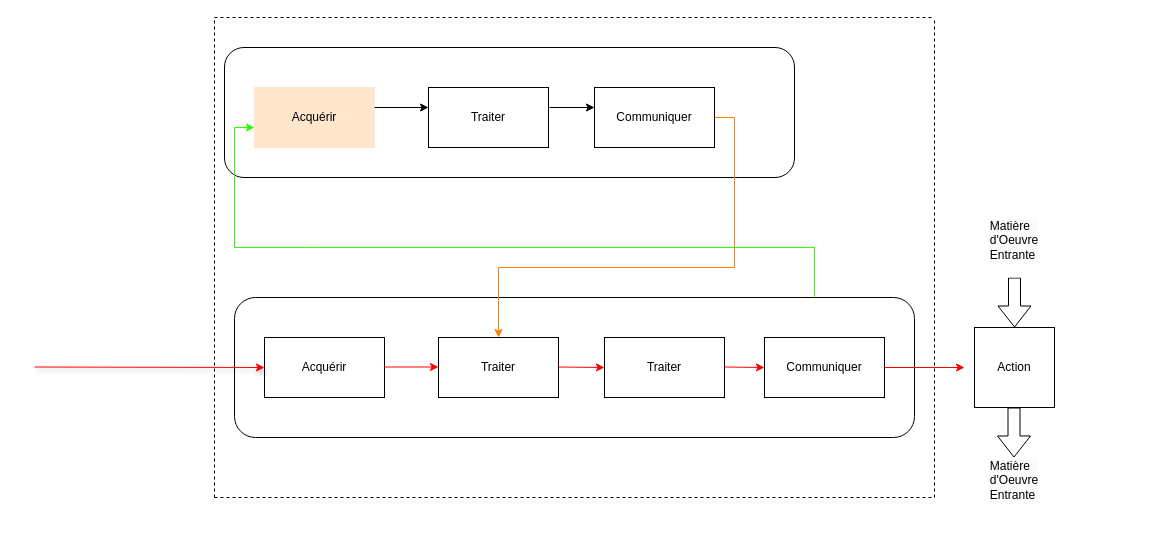
admsnd/Classeur_SI- keeps this draw.io diagram as AF/Diagramme sans nom.drawio. Above is the earlier version. Source tidied: cells renumbered, new cells numbered last; positions are measured from the earlier drawing's top-left corner, leaving out a move shared by most shapes. Both pictures are drawn from the tidied source at 100%, with x=0, y=0 at pixel (34, 17).
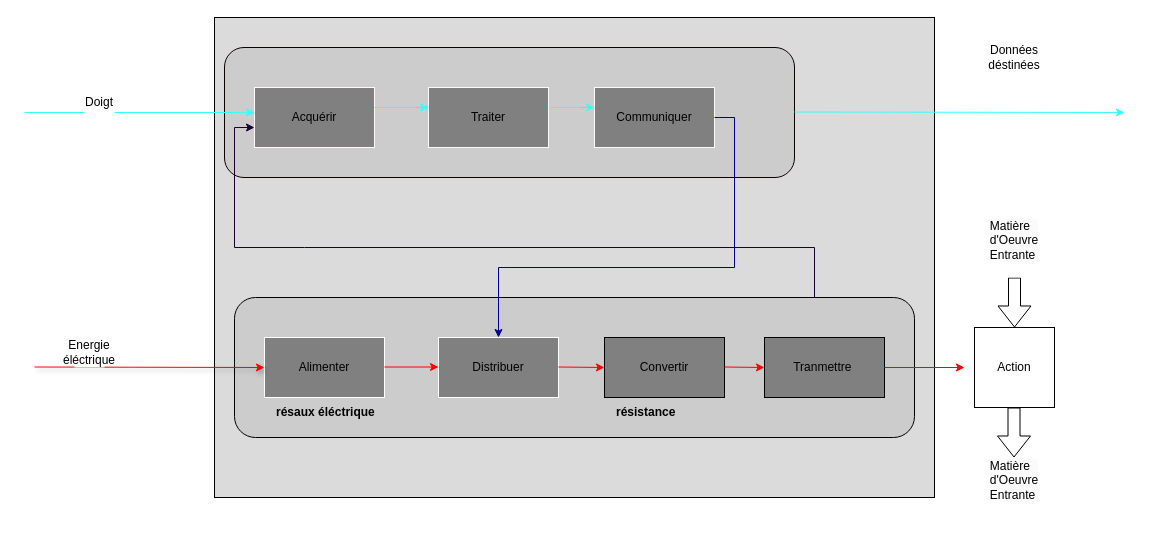
Above is the later version.

Commit message (it also covers changes not shown here):
Mettre à jour Diagramme sans nom.drawio

Diff of the diagram source:
```diff
@@
-    <mxCell id="2" style="endArrow=none;dashed=1;html=1;rounded=0;" parent="1" edge="1">
-      <mxGeometry relative="1" as="geometry">
-        <mxPoint x="900" y="480" as="sourcePoint" />
-        <mxPoint x="900" as="targetPoint" />
-      </mxGeometry>
-    </mxCell>
-    <mxCell id="3" style="endArrow=none;dashed=1;html=1;rounded=0;" parent="1" edge="1">
-      <mxGeometry relative="1" as="geometry">
-        <mxPoint x="180" y="480" as="sourcePoint" />
-        <mxPoint x="180" as="targetPoint" />
-      </mxGeometry>
-    </mxCell>
-    <mxCell id="4" style="endArrow=none;dashed=1;html=1;rounded=0;" parent="1" edge="1">
-      <mxGeometry relative="1" as="geometry">
-        <mxPoint x="180" as="sourcePoint" />
-        <mxPoint x="900" as="targetPoint" />
-      </mxGeometry>
-    </mxCell>
-    <mxCell id="5" style="endArrow=none;dashed=1;html=1;rounded=0;" parent="1" edge="1">
-      <mxGeometry relative="1" as="geometry">
-        <mxPoint x="180" y="480" as="sourcePoint" />
-        <mxPoint x="900" y="480" as="targetPoint" />
-      </mxGeometry>
-    </mxCell>
+    <mxCell id="30" style="rounded=0;whiteSpace=wrap;html=1;fillColor=#DBDBDB;" parent="1" vertex="1">
+      <mxGeometry x="180" width="720" height="480" as="geometry" />
+    </mxCell>
-    <mxCell id="6" style="rounded=1;whiteSpace=wrap;html=1;" parent="1" vertex="1">
+    <mxCell id="6" style="rounded=1;whiteSpace=wrap;html=1;strokeColor=#0D0200;fillColor=#CCCCCC;" parent="1" vertex="1">
       <mxGeometry x="190" y="30" width="570" height="130" as="geometry" />
     </mxCell>
-    <mxCell id="7" style="rounded=1;whiteSpace=wrap;html=1;" parent="1" vertex="1">
+    <mxCell id="7" style="rounded=1;whiteSpace=wrap;html=1;fillColor=#CCCCCC;" parent="1" vertex="1">
       <mxGeometry x="200" y="280" width="680" height="140" as="geometry" />
     </mxCell>
-    <mxCell id="8" value="Acquérir" style="rounded=0;whiteSpace=wrap;html=1;strokeColor=#FFE6CC;fillColor=#FFE6CC;" parent="1" vertex="1">
+    <mxCell id="8" value="Acquérir" style="rounded=0;whiteSpace=wrap;html=1;strokeColor=#FFFAF7;fillColor=#808080;" parent="1" vertex="1">
       <mxGeometry x="220" y="70" width="120" height="60" as="geometry" />
     </mxCell>
-    <mxCell id="9" value="Traiter" style="rounded=0;whiteSpace=wrap;html=1;" parent="1" vertex="1">
+    <mxCell id="9" value="Traiter" style="rounded=0;whiteSpace=wrap;html=1;strokeColor=#FAFAFA;fillColor=#808080;" parent="1" vertex="1">
       <mxGeometry x="394" y="70" width="120" height="60" as="geometry" />
     </mxCell>
-    <mxCell id="10" value="Communiquer" style="rounded=0;whiteSpace=wrap;html=1;" parent="1" vertex="1">
+    <mxCell id="10" value="Communiquer" style="rounded=0;whiteSpace=wrap;html=1;fillColor=#808080;strokeColor=#FAFAFA;" parent="1" vertex="1">
       <mxGeometry x="560" y="70" width="120" height="60" as="geometry" />
     </mxCell>
-    <mxCell id="11" style="endArrow=classic;html=1;rounded=0;entryX=0;entryY=0.5;entryDx=0;entryDy=0;" parent="1" edge="1">
+    <mxCell id="11" style="endArrow=classic;html=1;rounded=0;entryX=0;entryY=0.5;entryDx=0;entryDy=0;strokeColor=#33FFFF;" parent="1" edge="1">
       <mxGeometry relative="1" as="geometry">
         <mxPoint x="340" y="90" as="sourcePoint" />
         <mxPoint x="394" y="90" as="targetPoint" />
       </mxGeometry>
     </mxCell>
-    <mxCell id="12" style="endArrow=classic;html=1;rounded=0;entryX=0;entryY=0.5;entryDx=0;entryDy=0;" parent="1" edge="1">
+    <mxCell id="12" style="endArrow=classic;html=1;rounded=0;entryX=0;entryY=0.5;entryDx=0;entryDy=0;strokeColor=#33FFFF;" parent="1" edge="1">
       <mxGeometry relative="1" as="geometry">
         <mxPoint x="515" y="90" as="sourcePoint" />
         <mxPoint x="560" y="90" as="targetPoint" />
       </mxGeometry>
     </mxCell>
-    <mxCell id="13" value="Acquérir" style="rounded=0;whiteSpace=wrap;html=1;" parent="1" vertex="1">
+    <mxCell id="13" value="Alimenter" style="rounded=0;whiteSpace=wrap;html=1;fillColor=#808080;strokeColor=#FFFFFF;" parent="1" vertex="1">
       <mxGeometry x="230" y="320" width="120" height="60" as="geometry" />
     </mxCell>
-    <mxCell id="14" value="Traiter" style="rounded=0;whiteSpace=wrap;html=1;" parent="1" vertex="1">
+    <mxCell id="14" value="Distribuer" style="rounded=0;whiteSpace=wrap;html=1;fillColor=#808080;strokeColor=#FFFFFF;" parent="1" vertex="1">
       <mxGeometry x="404" y="320" width="120" height="60" as="geometry" />
     </mxCell>
-    <mxCell id="15" value="Traiter" style="rounded=0;whiteSpace=wrap;html=1;" parent="1" vertex="1">
+    <mxCell id="15" value="Convertir" style="rounded=0;whiteSpace=wrap;html=1;fillColor=#808080;" parent="1" vertex="1">
       <mxGeometry x="570" y="320" width="120" height="60" as="geometry" />
     </mxCell>
-    <mxCell id="16" value="Communiquer" style="rounded=0;whiteSpace=wrap;html=1;" parent="1" vertex="1">
+    <mxCell id="16" value="Tranmettre&amp;nbsp;" style="rounded=0;whiteSpace=wrap;html=1;fillColor=#808080;" parent="1" vertex="1">
       <mxGeometry x="730" y="320" width="120" height="60" as="geometry" />
     </mxCell>
@@
-    <mxCell id="28" style="endArrow=classic;html=1;rounded=0;strokeColor=#2BFF00;" parent="1" edge="1">
+    <mxCell id="28" style="endArrow=classic;html=1;rounded=0;strokeColor=#190033;" parent="1" edge="1">
       <mxGeometry relative="1" as="geometry">
         <mxPoint x="780" y="280" as="sourcePoint" />
         <mxPoint x="220" y="110" as="targetPoint" />
         <Array as="points">
           <mxPoint x="780" y="230" />
           <mxPoint x="270" y="230" />
           <mxPoint x="200" y="230" />
           <mxPoint x="200" y="110" />
         </Array>
       </mxGeometry>
     </mxCell>
-    <mxCell id="29" style="endArrow=classic;html=1;rounded=0;entryX=0.5;entryY=0;entryDx=0;entryDy=0;strokeColor=#FF8000;" parent="1" edge="1" target="14">
+    <mxCell id="29" style="endArrow=classic;html=1;rounded=0;entryX=0.5;entryY=0;entryDx=0;entryDy=0;strokeColor=#000099;fillColor=#000066;" parent="1" edge="1" target="14">
       <mxGeometry relative="1" as="geometry">
         <mxPoint x="680" y="100" as="sourcePoint" />
         <Array as="points">
           <mxPoint x="700" y="100" />
           <mxPoint x="700" y="250" />
           <mxPoint x="464" y="250" />
         </Array>
       </mxGeometry>
     </mxCell>
+    <mxCell id="31" style="endArrow=classic;html=1;rounded=0;strokeColor=#33FFFF;" parent="1" edge="1">
+      <mxGeometry relative="1" as="geometry">
+        <mxPoint x="760" y="94.5" as="sourcePoint" />
+        <mxPoint x="1090" y="95" as="targetPoint" />
+      </mxGeometry>
+    </mxCell>
+    <mxCell id="32" value="Données déstinées" style="whiteSpace=wrap;html=1;strokeColor=none;" parent="1" vertex="1">
+      <mxGeometry x="950" y="10" width="60" height="60" as="geometry" />
+    </mxCell>
+    <mxCell id="33" value="Energie éléctrique" style="whiteSpace=wrap;html=1;strokeColor=none;" parent="1" vertex="1">
+      <mxGeometry x="40" y="320" width="30" height="30" as="geometry" />
+    </mxCell>
+    <mxCell id="34" style="endArrow=classic;html=1;rounded=0;strokeColor=#33FFFF;" parent="1" edge="1">
+      <mxGeometry relative="1" as="geometry">
+        <mxPoint x="-10" y="95" as="sourcePoint" />
+        <mxPoint x="220" y="95" as="targetPoint" />
+      </mxGeometry>
+    </mxCell>
+    <mxCell id="35" value="Doigt" style="whiteSpace=wrap;html=1;strokeColor=none;" parent="1" vertex="1">
+      <mxGeometry x="50" y="70" width="30" height="30" as="geometry" />
+    </mxCell>
+    <mxCell id="36" value="&lt;h1 style=&quot;margin-top: 0px;&quot;&gt;&lt;font style=&quot;font-size: 12px;&quot;&gt;résaux éléctrique&lt;/font&gt;&lt;/h1&gt;" style="text;html=1;whiteSpace=wrap;overflow=hidden;rounded=0;" parent="1" vertex="1">
+      <mxGeometry x="240" y="370" width="120" height="70" as="geometry" />
+    </mxCell>
+    <mxCell id="37" value="&lt;h1 style=&quot;margin-top: 0px;&quot;&gt;&lt;span style=&quot;font-size: 12px;&quot;&gt;résistance&lt;/span&gt;&lt;/h1&gt;" style="text;html=1;whiteSpace=wrap;overflow=hidden;rounded=0;" parent="1" vertex="1">
+      <mxGeometry x="580" y="370" width="120" height="70" as="geometry" />
+    </mxCell>
```
